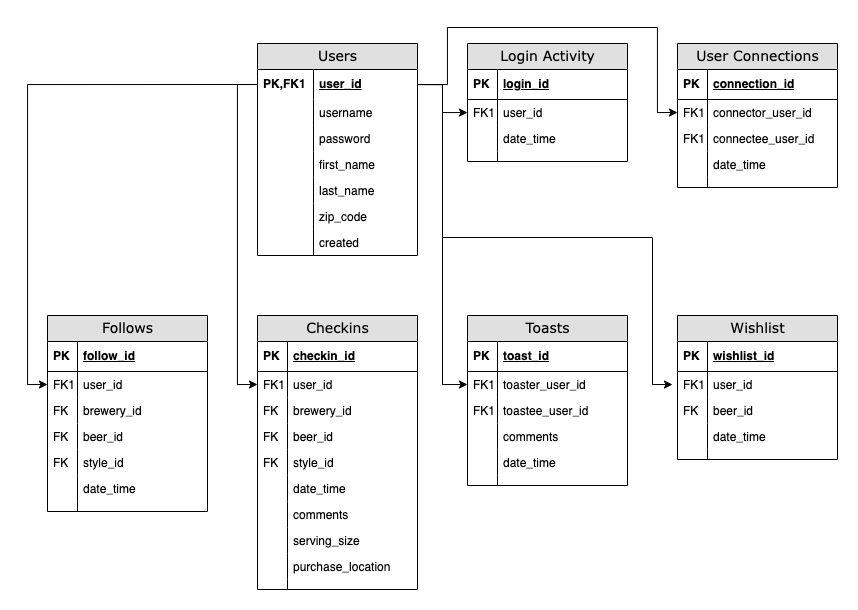
Above: Hopps Hunter DB Schema.png in shaunwo/hopps-hunter (draw.io), before the change. Source tidied: cells renumbered, new cells last; positions are measured from the earlier drawing's top-left corner, leaving out a move shared by most shapes.
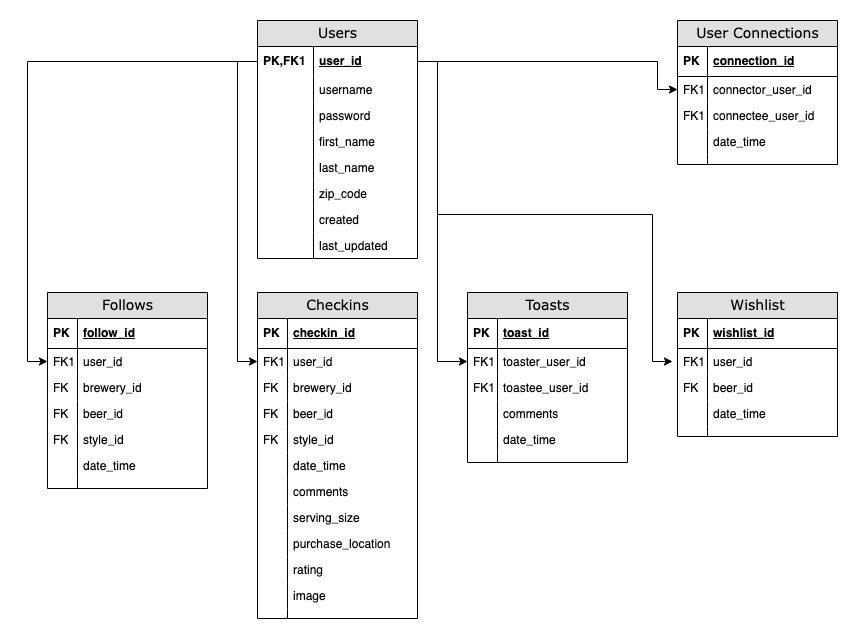
Above is the later version.

What changed in the source:
```diff
@@ -3,7 +3,7 @@
     <mxCell id="0" />
     <mxCell id="1" parent="0" />
     <mxCell id="2" value="Users" style="swimlane;html=1;fontStyle=0;horizontal=1;startSize=26;fillColor=#e0e0e0;swimlaneFillColor=#ffffff;align=center;rounded=0;shadow=0;comic=0;labelBackgroundColor=none;strokeWidth=1;fontFamily=Verdana;fontSize=14;" parent="1" vertex="1">
-      <mxGeometry x="210" y="16" width="160" height="212" as="geometry" />
+      <mxGeometry x="210" y="16" width="160" height="238" as="geometry" />
     </mxCell>
     <mxCell id="3" value="user_id" style="shape=partialRectangle;top=0;left=0;right=0;bottom=0;html=1;align=left;verticalAlign=middle;fillColor=none;spacingLeft=60;spacingRight=4;whiteSpace=wrap;overflow=hidden;points=[[0,0.5],[1,0.5]];portConstraint=eastwest;fontStyle=5;" parent="2" vertex="1">
       <mxGeometry y="26" width="160" height="30" as="geometry" />
@@ -47,35 +47,14 @@
     <mxCell id="16" style="shape=partialRectangle;top=0;left=0;bottom=0;html=1;fillColor=none;align=left;verticalAlign=top;spacingLeft=4;spacingRight=4;whiteSpace=wrap;overflow=hidden;" parent="15" vertex="1">
       <mxGeometry width="56" height="26" as="geometry" />
     </mxCell>
-    <mxCell id="17" value="Login Activity" style="swimlane;html=1;fontStyle=0;horizontal=1;startSize=26;fillColor=#e0e0e0;swimlaneFillColor=#ffffff;align=center;rounded=0;shadow=0;comic=0;labelBackgroundColor=none;strokeWidth=1;fontFamily=Verdana;fontSize=14;swimlaneLine=1;" parent="1" vertex="1">
-      <mxGeometry x="420" y="16" width="160" height="118" as="geometry" />
-    </mxCell>
-    <mxCell id="18" value="login_id" style="shape=partialRectangle;top=0;left=0;right=0;bottom=1;html=1;align=left;verticalAlign=middle;fillColor=none;spacingLeft=34;spacingRight=4;whiteSpace=wrap;overflow=hidden;fontStyle=5;" parent="17" vertex="1">
-      <mxGeometry y="26" width="160" height="30" as="geometry" />
-    </mxCell>
-    <mxCell id="19" value="&lt;b&gt;PK&lt;/b&gt;" style="shape=partialRectangle;top=0;left=0;bottom=0;html=1;fillColor=none;align=left;verticalAlign=middle;spacingLeft=4;spacingRight=4;whiteSpace=wrap;overflow=hidden;" parent="18" vertex="1">
-      <mxGeometry width="30" height="30" as="geometry" />
-    </mxCell>
-    <mxCell id="20" value="user_id" style="shape=partialRectangle;top=0;left=0;right=0;bottom=0;html=1;align=left;verticalAlign=top;fillColor=none;spacingLeft=34;spacingRight=4;whiteSpace=wrap;overflow=hidden;points=[[0,0.5],[1,0.5]];portConstraint=eastwest;" parent="17" vertex="1">
-      <mxGeometry y="56" width="160" height="26" as="geometry" />
-    </mxCell>
-    <mxCell id="21" value="FK1" style="shape=partialRectangle;top=0;left=0;bottom=0;html=1;fillColor=none;align=left;verticalAlign=top;spacingLeft=4;spacingRight=4;whiteSpace=wrap;overflow=hidden;" parent="20" vertex="1">
-      <mxGeometry width="30" height="26" as="geometry" />
-    </mxCell>
-    <mxCell id="22" value="date_time" style="shape=partialRectangle;top=0;left=0;right=0;bottom=0;html=1;align=left;verticalAlign=top;fillColor=none;spacingLeft=34;spacingRight=4;whiteSpace=wrap;overflow=hidden;" parent="17" vertex="1">
-      <mxGeometry y="82" width="160" height="26" as="geometry" />
-    </mxCell>
-    <mxCell id="23" style="shape=partialRectangle;top=0;left=0;bottom=0;html=1;fillColor=none;align=left;verticalAlign=top;spacingLeft=4;spacingRight=4;whiteSpace=wrap;overflow=hidden;" parent="22" vertex="1">
-      <mxGeometry width="30" height="26" as="geometry" />
-    </mxCell>
-    <mxCell id="24" style="shape=partialRectangle;top=0;left=0;right=0;bottom=0;html=1;align=left;verticalAlign=top;fillColor=none;spacingLeft=34;spacingRight=4;whiteSpace=wrap;overflow=hidden;" parent="17" vertex="1">
-      <mxGeometry y="108" width="160" height="10" as="geometry" />
-    </mxCell>
-    <mxCell id="25" style="shape=partialRectangle;top=0;left=0;bottom=0;html=1;fillColor=none;align=left;verticalAlign=top;spacingLeft=4;spacingRight=4;whiteSpace=wrap;overflow=hidden;" parent="24" vertex="1">
-      <mxGeometry width="30" height="10" as="geometry" />
-    </mxCell>
+    <mxCell id="103" value="last_updated" style="shape=partialRectangle;top=0;left=0;right=0;bottom=0;html=1;align=left;verticalAlign=top;fillColor=none;spacingLeft=60;spacingRight=4;whiteSpace=wrap;overflow=hidden;" parent="2" vertex="1">
+      <mxGeometry y="212" width="160" height="26" as="geometry" />
+    </mxCell>
+    <mxCell id="104" style="shape=partialRectangle;top=0;left=0;bottom=0;html=1;fillColor=none;align=left;verticalAlign=top;spacingLeft=4;spacingRight=4;whiteSpace=wrap;overflow=hidden;" parent="103" vertex="1">
+      <mxGeometry width="56" height="26" as="geometry" />
+    </mxCell>
     <mxCell id="26" value="Checkins" style="swimlane;html=1;fontStyle=0;horizontal=1;startSize=26;fillColor=#e0e0e0;swimlaneFillColor=#ffffff;align=center;rounded=0;shadow=0;comic=0;labelBackgroundColor=none;strokeWidth=1;fontFamily=Verdana;fontSize=14;" parent="1" vertex="1">
-      <mxGeometry x="210" y="288" width="160" height="274" as="geometry" />
+      <mxGeometry x="210" y="288" width="160" height="326" as="geometry" />
     </mxCell>
     <mxCell id="27" value="checkin_id" style="shape=partialRectangle;top=0;left=0;right=0;bottom=1;html=1;align=left;verticalAlign=middle;fillColor=none;spacingLeft=34;spacingRight=4;whiteSpace=wrap;overflow=hidden;fontStyle=5;" parent="26" vertex="1">
       <mxGeometry y="26" width="160" height="30" as="geometry" />
@@ -131,15 +110,24 @@
     <mxCell id="44" style="shape=partialRectangle;top=0;left=0;bottom=0;html=1;fillColor=none;align=left;verticalAlign=top;spacingLeft=4;spacingRight=4;whiteSpace=wrap;overflow=hidden;" parent="43" vertex="1">
       <mxGeometry width="30" height="26" as="geometry" />
     </mxCell>
+    <mxCell id="105" value="rating" style="shape=partialRectangle;top=0;left=0;right=0;bottom=0;html=1;align=left;verticalAlign=top;fillColor=none;spacingLeft=34;spacingRight=4;whiteSpace=wrap;overflow=hidden;" parent="26" vertex="1">
+      <mxGeometry y="264" width="160" height="26" as="geometry" />
+    </mxCell>
+    <mxCell id="106" style="shape=partialRectangle;top=0;left=0;bottom=0;html=1;fillColor=none;align=left;verticalAlign=top;spacingLeft=4;spacingRight=4;whiteSpace=wrap;overflow=hidden;" parent="105" vertex="1">
+      <mxGeometry width="30" height="26" as="geometry" />
+    </mxCell>
+    <mxCell id="107" value="image" style="shape=partialRectangle;top=0;left=0;right=0;bottom=0;html=1;align=left;verticalAlign=top;fillColor=none;spacingLeft=34;spacingRight=4;whiteSpace=wrap;overflow=hidden;" parent="26" vertex="1">
+      <mxGeometry y="290" width="160" height="26" as="geometry" />
+    </mxCell>
+    <mxCell id="108" style="shape=partialRectangle;top=0;left=0;bottom=0;html=1;fillColor=none;align=left;verticalAlign=top;spacingLeft=4;spacingRight=4;whiteSpace=wrap;overflow=hidden;" parent="107" vertex="1">
+      <mxGeometry width="30" height="26" as="geometry" />
+    </mxCell>
     <mxCell id="45" style="shape=partialRectangle;top=0;left=0;right=0;bottom=0;html=1;align=left;verticalAlign=top;fillColor=none;spacingLeft=34;spacingRight=4;whiteSpace=wrap;overflow=hidden;" parent="26" vertex="1">
-      <mxGeometry y="264" width="160" height="10" as="geometry" />
+      <mxGeometry y="316" width="160" height="10" as="geometry" />
     </mxCell>
     <mxCell id="46" style="shape=partialRectangle;top=0;left=0;bottom=0;html=1;fillColor=none;align=left;verticalAlign=top;spacingLeft=4;spacingRight=4;whiteSpace=wrap;overflow=hidden;" parent="45" vertex="1">
       <mxGeometry width="30" height="10" as="geometry" />
     </mxCell>
-    <mxCell id="47" style="edgeStyle=orthogonalEdgeStyle;rounded=0;jettySize=auto;html=1;" parent="1" edge="1" source="3" target="20">
-      <mxGeometry relative="1" as="geometry" />
-    </mxCell>
     <mxCell id="48" value="Toasts" style="swimlane;html=1;fontStyle=0;horizontal=1;startSize=26;fillColor=#e0e0e0;swimlaneFillColor=#ffffff;align=center;rounded=0;shadow=0;comic=0;labelBackgroundColor=none;strokeWidth=1;fontFamily=Verdana;fontSize=14;swimlaneLine=1;" parent="1" vertex="1">
       <mxGeometry x="420" y="288" width="160" height="170" as="geometry" />
     </mxCell>
@@ -264,15 +252,20 @@
       <mxGeometry relative="1" as="geometry" />
     </mxCell>
     <mxCell id="89" style="edgeStyle=orthogonalEdgeStyle;rounded=0;jettySize=auto;html=1;entryX=0;entryY=0.5;entryDx=0;entryDy=0;" parent="1" edge="1" source="3" target="51">
-      <mxGeometry relative="1" as="geometry" />
+      <mxGeometry relative="1" as="geometry">
+        <Array as="points">
+          <mxPoint x="390" y="57" />
+          <mxPoint x="390" y="357" />
+        </Array>
+      </mxGeometry>
     </mxCell>
     <mxCell id="90" style="edgeStyle=orthogonalEdgeStyle;rounded=0;orthogonalLoop=1;jettySize=auto;html=1;entryX=0;entryY=0.5;entryDx=0;entryDy=0;" parent="1" edge="1">
       <mxGeometry relative="1" as="geometry">
         <mxPoint x="370" y="57" as="sourcePoint" />
         <mxPoint x="625" y="357" as="targetPoint" />
         <Array as="points">
-          <mxPoint x="395" y="57" />
-          <mxPoint x="395" y="210" />
+          <mxPoint x="390" y="57" />
+          <mxPoint x="390" y="210" />
           <mxPoint x="605" y="210" />
           <mxPoint x="605" y="357" />
         </Array>
@@ -314,9 +307,7 @@
     <mxCell id="102" style="edgeStyle=orthogonalEdgeStyle;rounded=0;jettySize=auto;html=1;exitX=1;exitY=0.5;exitDx=0;exitDy=0;entryX=0;entryY=0.5;entryDx=0;entryDy=0;" parent="1" edge="1" source="3" target="94">
       <mxGeometry relative="1" as="geometry">
         <Array as="points">
-          <mxPoint x="400" y="57" />
-          <mxPoint x="400" />
-          <mxPoint x="610" />
+          <mxPoint x="610" y="57" />
           <mxPoint x="610" y="85" />
         </Array>
       </mxGeometry>
```
